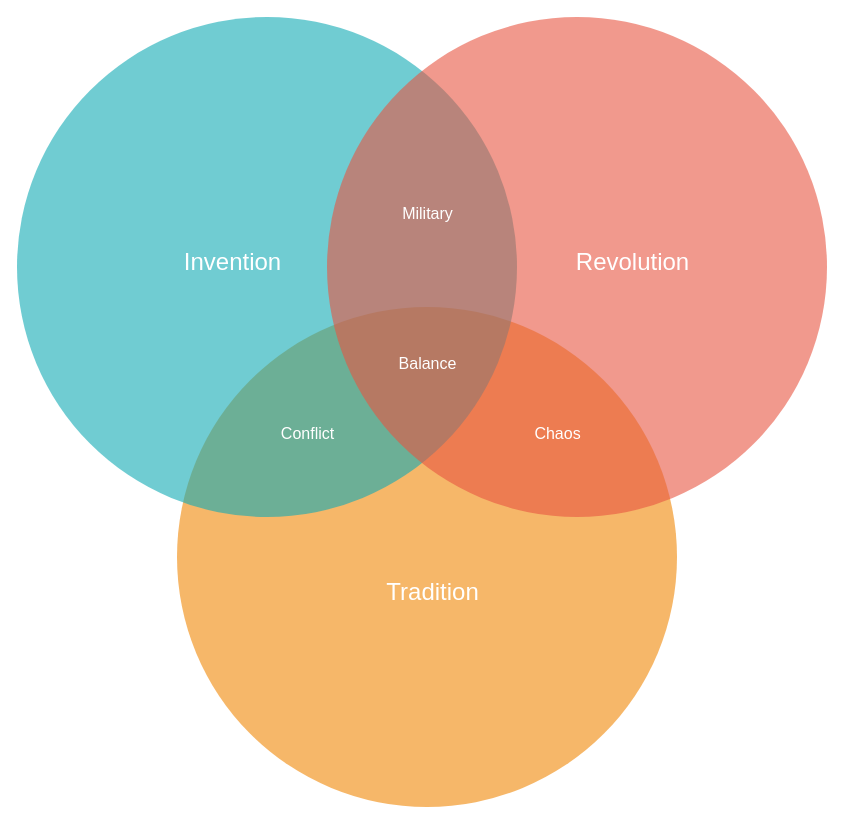
Above: images/Untitled Diagram.drawio in becker-max/becker-max.github.io (draw.io), before the change. Source tidied: cells renumbered, new cells numbered last; positions are measured from the earlier drawing's top-left corner, leaving out a move shared by most shapes. Both pictures are drawn from the tidied source at 100%, with x=0, y=0 at pixel (17, 16).
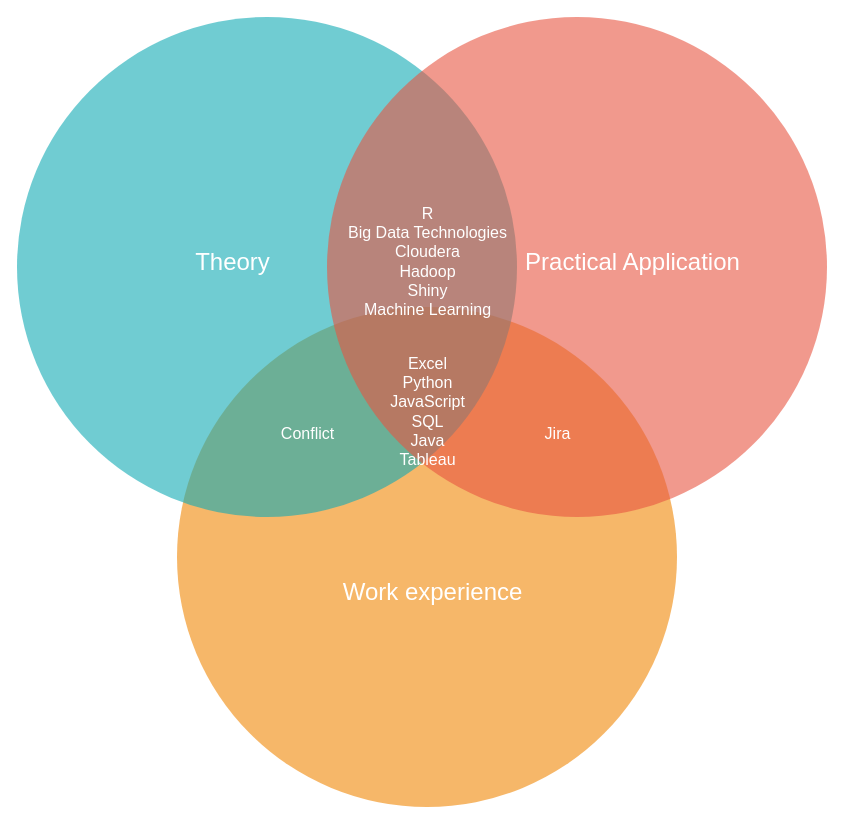
After the change.

Change to the diagram source:
```diff
@@
 <mxGraphModel background="#ffffff">
   <root>
     <mxCell id="0" />
     <mxCell id="1" parent="0" />
     <mxCell id="2" style="ellipse;fillColor=#F08705;opacity=60;strokeColor=none;html=1;fontColor=#FFFFFF;" parent="1" vertex="1">
       <mxGeometry x="159.5" y="290.5" width="500" height="500" as="geometry" />
     </mxCell>
     <mxCell id="3" style="ellipse;fillColor=#12AAB5;opacity=60;strokeColor=none;html=1;fontColor=#FFFFFF;" parent="1" vertex="1">
       <mxGeometry x="-0.5" y="0.5" width="500" height="500" as="geometry" />
     </mxCell>
     <mxCell id="4" style="ellipse;fillColor=#e85642;opacity=60;strokeColor=none;html=1;fontColor=#FFFFFF;" parent="1" vertex="1">
       <mxGeometry x="309.5" y="0.5" width="500" height="500" as="geometry" />
     </mxCell>
-    <mxCell id="5" value="Invention" style="text;fontSize=24;align=center;verticalAlign=middle;html=1;fontColor=#FFFFFF;" parent="1" vertex="1">
+    <mxCell id="5" value="Theory" style="text;fontSize=24;align=center;verticalAlign=middle;html=1;fontColor=#FFFFFF;" parent="1" vertex="1">
       <mxGeometry x="119.5" y="210.5" width="190" height="70" as="geometry" />
     </mxCell>
-    <mxCell id="6" value="Revolution" style="text;fontSize=24;align=center;verticalAlign=middle;html=1;fontColor=#FFFFFF;" parent="1" vertex="1">
+    <mxCell id="6" value="Practical Application" style="text;fontSize=24;align=center;verticalAlign=middle;html=1;fontColor=#FFFFFF;" parent="1" vertex="1">
       <mxGeometry x="519.5" y="210.5" width="190" height="70" as="geometry" />
     </mxCell>
-    <mxCell id="7" value="Tradition" style="text;fontSize=24;align=center;verticalAlign=middle;html=1;fontColor=#FFFFFF;" parent="1" vertex="1">
+    <mxCell id="7" value="Work experience" style="text;fontSize=24;align=center;verticalAlign=middle;html=1;fontColor=#FFFFFF;" parent="1" vertex="1">
       <mxGeometry x="319.5" y="540.5" width="190" height="70" as="geometry" />
     </mxCell>
-    <mxCell id="8" value="Military" style="text;align=center;html=1;fontColor=#FFFFFF;fontSize=16;" parent="1" vertex="1">
+    <mxCell id="8" value="&lt;div&gt;R&lt;/div&gt;&lt;div&gt;Big Data Technologies&lt;/div&gt;&lt;div&gt;Cloudera&lt;/div&gt;&lt;div&gt;Hadoop&lt;/div&gt;&lt;div&gt;Shiny&lt;/div&gt;&lt;div&gt;Machine Learning&lt;br&gt;&lt;/div&gt;" style="text;align=center;html=1;fontColor=#FFFFFF;fontSize=16;" parent="1" vertex="1">
       <mxGeometry x="389.5" y="180.5" width="40" height="40" as="geometry" />
     </mxCell>
     <mxCell id="9" value="Conflict" style="text;align=center;html=1;fontColor=#FFFFFF;fontSize=16;" parent="1" vertex="1">
       <mxGeometry x="269.5" y="400.5" width="40" height="40" as="geometry" />
     </mxCell>
-    <mxCell id="10" value="Chaos" style="text;align=center;html=1;fontColor=#FFFFFF;fontSize=16;" parent="1" vertex="1">
+    <mxCell id="10" value="Jira" style="text;align=center;html=1;fontColor=#FFFFFF;fontSize=16;" parent="1" vertex="1">
       <mxGeometry x="519.5" y="400.5" width="40" height="40" as="geometry" />
     </mxCell>
-    <mxCell id="11" value="Balance" style="text;align=center;html=1;fontColor=#FFFFFF;fontSize=16;" parent="1" vertex="1">
+    <mxCell id="11" value="&lt;div&gt;Excel&lt;br&gt;&lt;/div&gt;&lt;div&gt;Python&lt;/div&gt;&lt;div&gt;JavaScript&lt;/div&gt;&lt;div&gt;SQL&lt;/div&gt;&lt;div&gt;Java&lt;/div&gt;&lt;div&gt;Tableau&lt;br&gt;&lt;/div&gt;" style="text;align=center;html=1;fontColor=#FFFFFF;fontSize=16;" parent="1" vertex="1">
       <mxGeometry x="389.5" y="330.5" width="40" height="40" as="geometry" />
     </mxCell>
   </root>
 </mxGraphModel>
```
